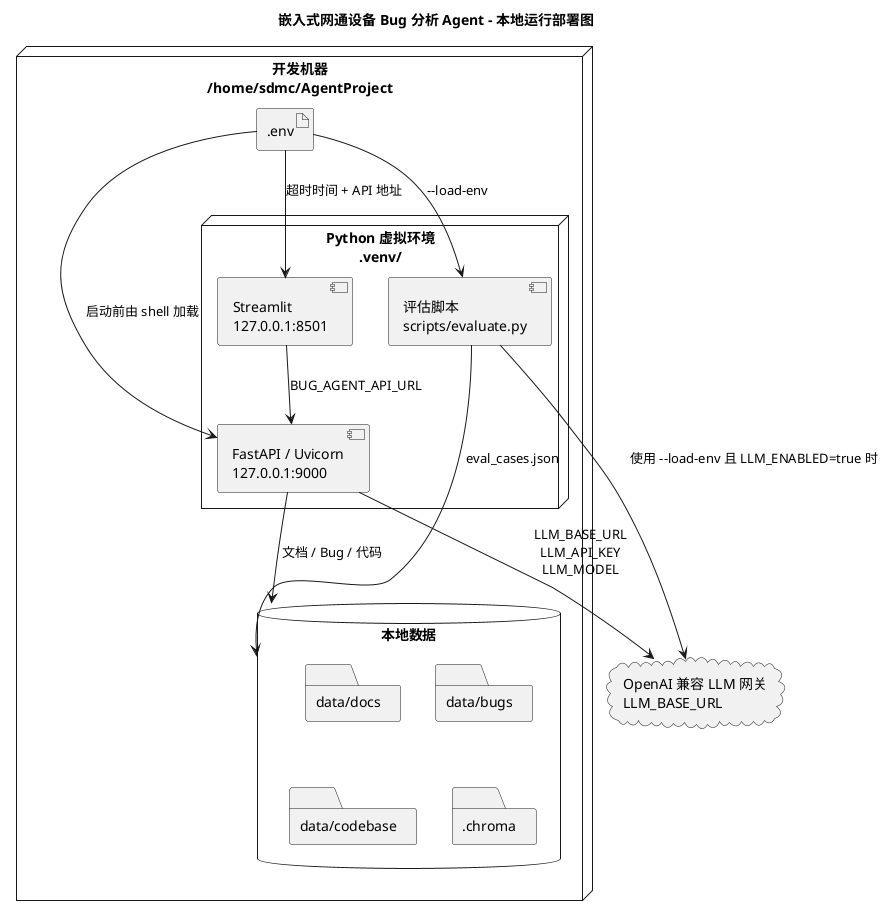
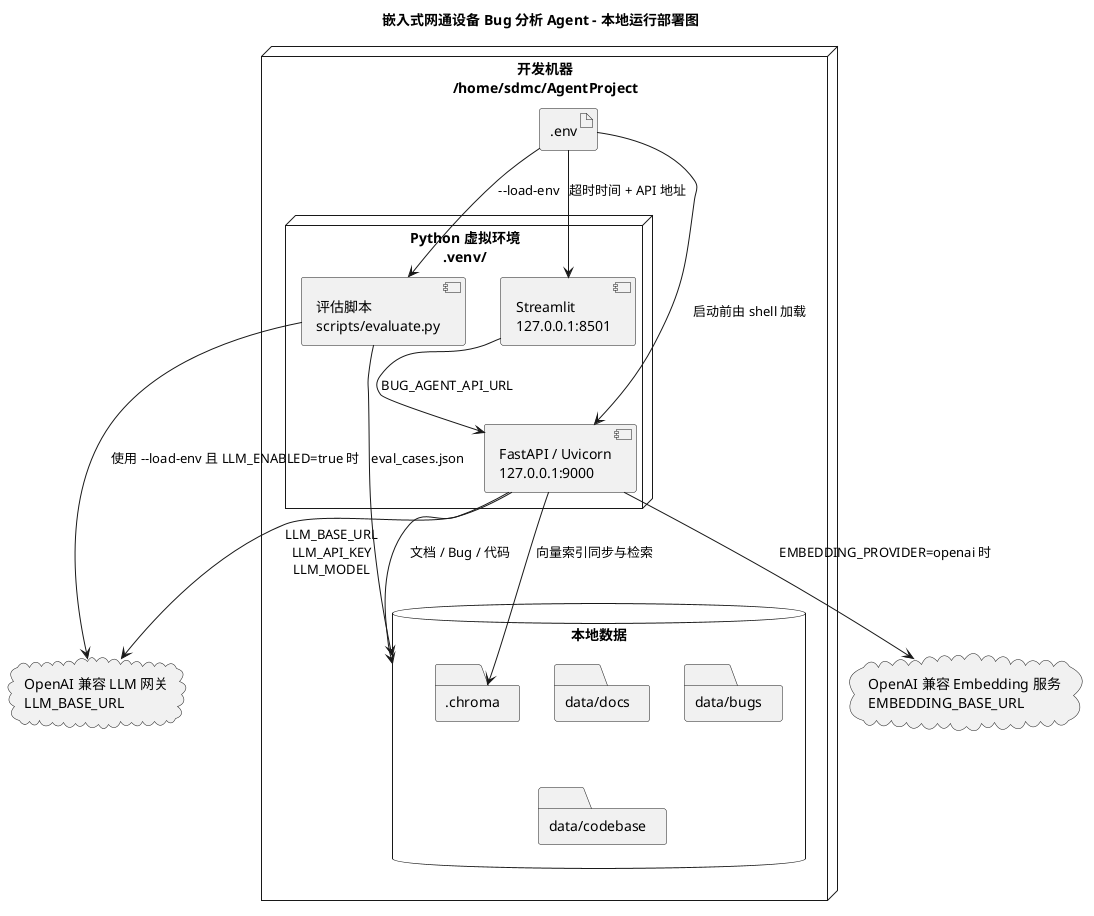
@startuml
title 嵌入式网通设备 Bug 分析 Agent - 本地运行部署图

skinparam shadowing false
skinparam nodeStyle rectangle

node "开发机器\n/home/sdmc/AgentProject" as Host {
  artifact ".env" as Env
  node "Python 虚拟环境\n.venv/" as Venv {
    component "FastAPI / Uvicorn\n127.0.0.1:9000" as API
    component "Streamlit\n127.0.0.1:8501" as UI
    component "评估脚本\nscripts/evaluate.py" as Eval
  }

  database "本地数据" as Data {
    folder "data/docs" as Docs
    folder "data/bugs" as Bugs
    folder "data/codebase" as Code
    folder ".chroma" as Chroma
  }
}

cloud "OpenAI 兼容 LLM 网关\nLLM_BASE_URL" as Gateway
+ cloud "OpenAI 兼容 Embedding 服务\nEMBEDDING_BASE_URL" as EmbeddingGateway

UI --> API : BUG_AGENT_API_URL
API --> Gateway : LLM_BASE_URL\nLLM_API_KEY\nLLM_MODEL
+ API --> EmbeddingGateway : EMBEDDING_PROVIDER=openai 时
+ API --> Chroma : 向量索引同步与检索
Eval --> Gateway : 使用 --load-env 且 LLM_ENABLED=true 时
API --> Data : 文档 / Bug / 代码
Eval --> Data : eval_cases.json
Env --> API : 启动前由 shell 加载
Env --> UI : 超时时间 + API 地址
Env --> Eval : --load-env

@enduml
